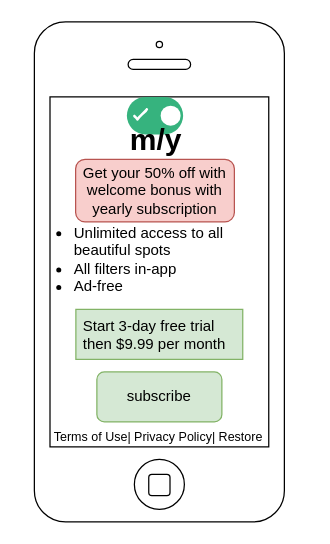
Earlier version of the draw.io diagram Untitled Diagram.drawio (e-V01/e-V01). Source tidied: cells renumbered, new cells numbered last; positions are measured from the earlier drawing's top-left corner, leaving out a move shared by most shapes. Both pictures are drawn from the tidied source at 125%, with x=0, y=0 at pixel (21, 21).
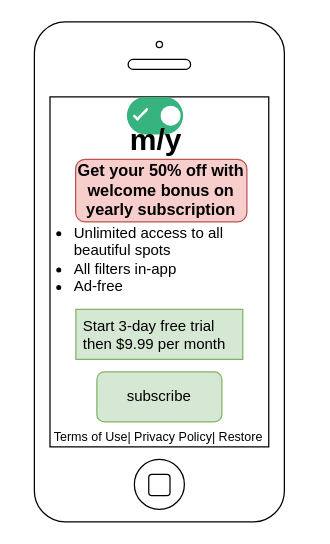
After the change.

Commit message:
Sales screen 3

What changed in the source:
```diff
@@
 <mxGraphModel>
   <root>
     <mxCell id="0" />
     <mxCell id="1" parent="0" />
     <mxCell id="2" style="html=1;verticalLabelPosition=bottom;labelBackgroundColor=#ffffff;verticalAlign=top;shadow=0;dashed=0;strokeWidth=1;shape=mxgraph.ios7.misc.iphone;" parent="1" vertex="1">
       <mxGeometry x="10" width="200" height="400" as="geometry" />
     </mxCell>
     <mxCell id="3" value="subscribe" style="rounded=1;whiteSpace=wrap;html=1;fillColor=#d5e8d4;strokeColor=#82b366;" parent="1" vertex="1">
       <mxGeometry x="60" y="280" width="100" height="40" as="geometry" />
     </mxCell>
     <mxCell id="4" style="fillColor=#36B37E;strokeColor=none;rounded=1;arcSize=50;sketch=0;hachureGap=4;fontFamily=Architects Daughter;fontSize=20;" parent="1" vertex="1">
       <mxGeometry x="84" y="60" width="45" height="30" as="geometry" />
     </mxCell>
     <mxCell id="5" style="shape=ellipse;strokeColor=none;fillColor=#ffffff;sketch=0;hachureGap=4;fontFamily=Architects Daughter;fontSize=20;" parent="4" vertex="1">
       <mxGeometry x="1" y="0.5" width="16" height="16" relative="1" as="geometry">
         <mxPoint x="-18" y="-8" as="offset" />
       </mxGeometry>
     </mxCell>
     <mxCell id="6" style="html=1;shadow=0;dashed=0;shape=mxgraph.atlassian.check;strokeColor=#ffffff;strokeWidth=2;sketch=1;hachureGap=4;fontFamily=Architects Daughter;fontSize=20;" parent="4" vertex="1">
       <mxGeometry y="0.5" width="10" height="8" relative="1" as="geometry">
         <mxPoint x="6" y="-5" as="offset" />
       </mxGeometry>
     </mxCell>
     <mxCell id="7" value="&lt;ul&gt;&lt;li&gt;&lt;span&gt;Unlimited access to all beautiful spots&lt;/span&gt;&lt;/li&gt;&lt;li&gt;All filters in-app&lt;/li&gt;&lt;li&gt;Ad-free&amp;nbsp;&lt;/li&gt;&lt;/ul&gt;" style="text;strokeColor=none;fillColor=none;html=1;whiteSpace=wrap;verticalAlign=middle;overflow=hidden;" parent="1" vertex="1">
       <mxGeometry y="140" width="200" height="100" as="geometry" />
     </mxCell>
-    <mxCell id="8" value="Get your 50% off with welcome bonus with yearly subscription" style="rounded=1;whiteSpace=wrap;html=1;fillColor=#f8cecc;strokeColor=#b85450;" parent="1" vertex="1">
-      <mxGeometry x="43" y="110" width="127" height="50" as="geometry" />
+    <mxCell id="8" value="&lt;b&gt;&lt;font style=&quot;font-size: 13px&quot;&gt;Get your 50% off with welcome bonus on yearly subscription&lt;/font&gt;&lt;/b&gt;" style="rounded=1;whiteSpace=wrap;html=1;fillColor=#f8cecc;strokeColor=#b85450;" parent="1" vertex="1">
+      <mxGeometry x="43" y="110" width="137" height="50" as="geometry" />
     </mxCell>
     <mxCell id="9" value="Terms of Use| Privacy Policy| Restore" style="text;strokeColor=none;fillColor=none;spacingLeft=4;spacingRight=4;overflow=hidden;fontSize=10;" parent="1" vertex="1">
       <mxGeometry x="20" y="320" width="210" height="30" as="geometry" />
     </mxCell>
     <mxCell id="10" value="m/y" style="text;strokeColor=none;fillColor=none;html=1;fontSize=24;fontStyle=1;verticalAlign=middle;align=center;" parent="1" vertex="1">
       <mxGeometry x="84" y="90" width="45" height="10" as="geometry" />
     </mxCell>
     <mxCell id="11" value="Start 3-day free trial&#10;then $9.99 per month" style="text;strokeColor=#82b366;fillColor=#d5e8d4;spacingLeft=4;spacingRight=4;overflow=hidden;fontSize=12;" parent="1" vertex="1">
       <mxGeometry x="43.2" y="230" width="133.5" height="40" as="geometry" />
     </mxCell>
   </root>
 </mxGraphModel>
```
